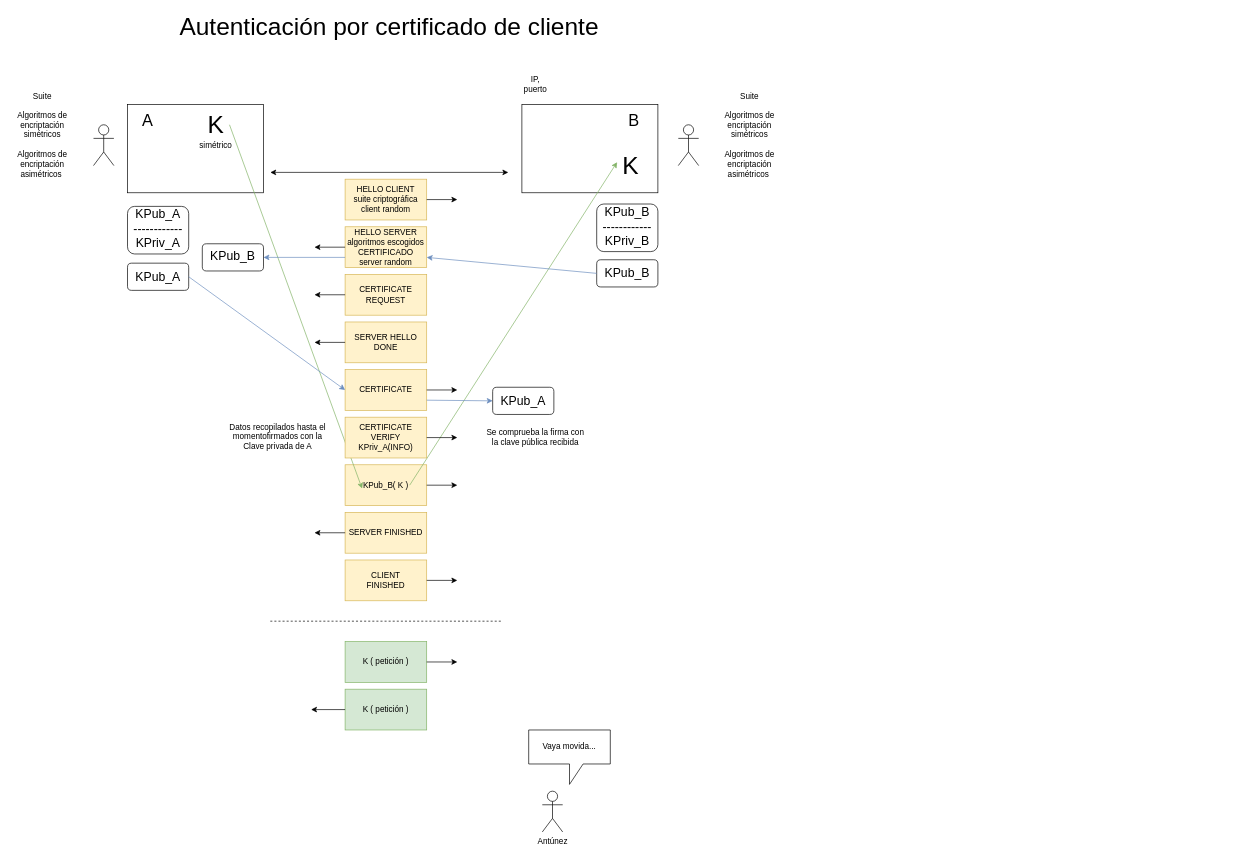
The draw.io diagram page "Página-26" (16 of 30) of seguridad.drawio in lrag/seguridad_java, before the edit. Source tidied: cells renumbered, new cells numbered last; positions are measured from the earlier drawing's top-left corner, leaving out a move shared by most shapes. Both pictures are drawn from the tidied source at 68%, with x=0, y=0 at pixel (12, 16).
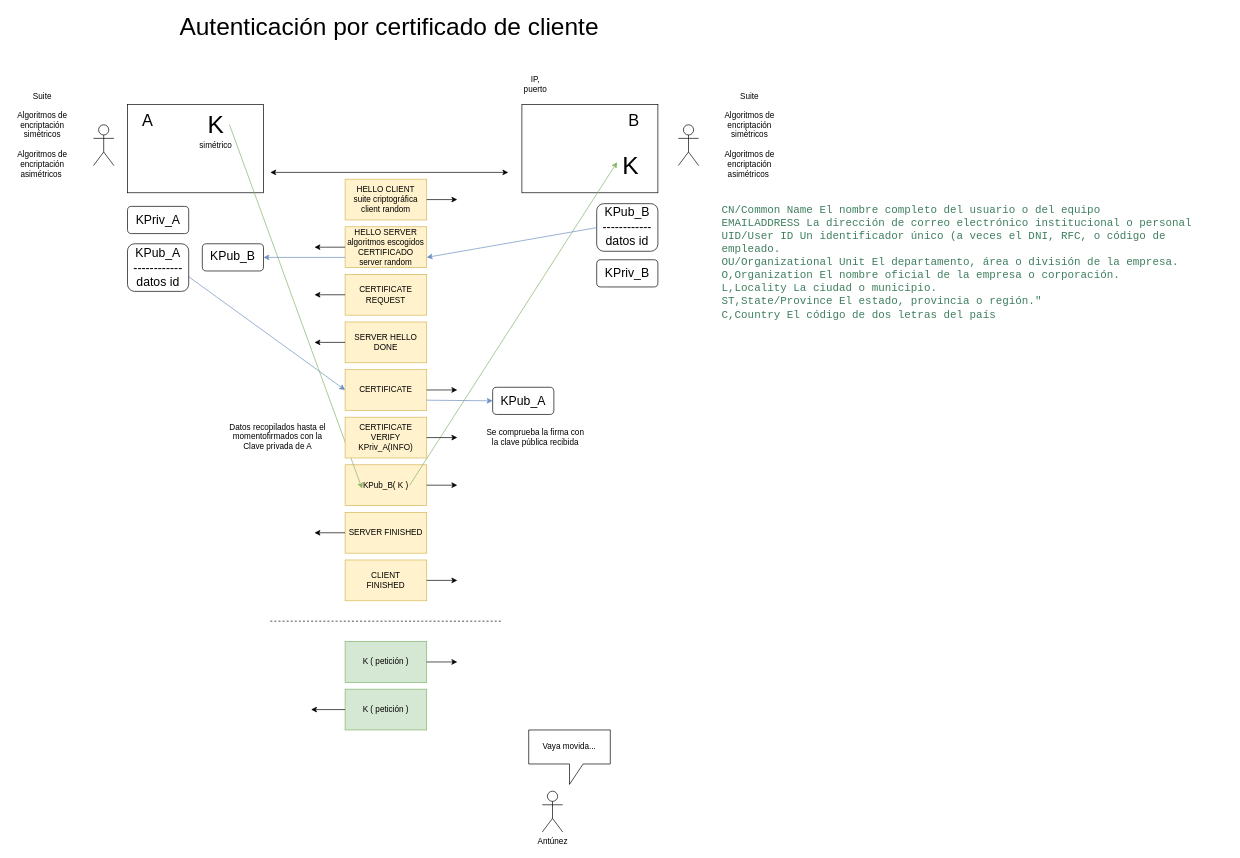
The same page after the edit.

The change refers to these unchanged cells:
```xml
<mxCell id="12" value="HELLO SERVER&lt;br&gt;algoritmos escogidos&lt;br&gt;CERTIFICADO&lt;br&gt;server random" style="rounded=0;whiteSpace=wrap;html=1;fillColor=#fff2cc;strokeColor=#d6b656;" parent="1" vertex="1">
  <mxGeometry x="490" y="310" width="120" height="60" as="geometry" />
</mxCell>
<mxCell id="26" style="rounded=1;whiteSpace=wrap;html=1;fillColor=none;" parent="1" vertex="1">
  <mxGeometry x="860" y="358.5" width="90" height="40" as="geometry" />
</mxCell>
<mxCell id="36" style="rounded=0;whiteSpace=wrap;html=1;fillColor=#fff2cc;strokeColor=#d6b656;" parent="1" vertex="1">
  <mxGeometry x="490" y="520" width="120" height="60" as="geometry" />
</mxCell>
```

Change to the diagram source:
```diff
@@
-    <mxCell id="2" style="rounded=1;whiteSpace=wrap;html=1;fillColor=none;" parent="1" vertex="1">
-      <mxGeometry x="170" y="280" width="90" height="70" as="geometry" />
-    </mxCell>
-    <mxCell id="3" style="rounded=1;whiteSpace=wrap;html=1;fillColor=none;" parent="1" vertex="1">
-      <mxGeometry x="170" y="363.5" width="90" height="40" as="geometry" />
-    </mxCell>
@@
-    <mxCell id="14" value="&lt;font style=&quot;font-size: 18px&quot;&gt;KPub_B&lt;br&gt;------------&lt;br&gt;KPriv_B&lt;/font&gt;" style="text;html=1;strokeColor=none;fillColor=none;align=center;verticalAlign=middle;whiteSpace=wrap;rounded=0;" parent="1" vertex="1">
-      <mxGeometry x="860" y="276.5" width="90" height="66" as="geometry" />
+    <mxCell id="14" value="&lt;font style=&quot;font-size: 18px&quot;&gt;KPub_B&lt;br&gt;------------&lt;br&gt;datos id&lt;br&gt;&lt;/font&gt;" style="text;html=1;strokeColor=none;fillColor=none;align=center;verticalAlign=middle;whiteSpace=wrap;rounded=0;" parent="1" vertex="1">
+      <mxGeometry x="860" y="280" width="90" height="62.5" as="geometry" />
     </mxCell>
@@
     <mxCell id="24" style="rounded=1;whiteSpace=wrap;html=1;fillColor=none;" parent="1" vertex="1">
-      <mxGeometry x="860" y="276.5" width="90" height="70" as="geometry" />
+      <mxGeometry x="860" y="276" width="90" height="70" as="geometry" />
     </mxCell>
-    <mxCell id="25" value="&lt;font style=&quot;font-size: 18px&quot;&gt;KPub_B&lt;br&gt;&lt;/font&gt;" style="text;html=1;strokeColor=none;fillColor=none;align=center;verticalAlign=middle;whiteSpace=wrap;rounded=0;" parent="1" vertex="1">
+    <mxCell id="25" value="&lt;font style=&quot;font-size: 18px&quot;&gt;KPriv_B&lt;br&gt;&lt;/font&gt;" style="text;html=1;strokeColor=none;fillColor=none;align=center;verticalAlign=middle;whiteSpace=wrap;rounded=0;" parent="1" vertex="1">
       <mxGeometry x="860" y="363.5" width="90" height="30" as="geometry" />
     </mxCell>
@@
-    <mxCell id="43" style="endArrow=classic;html=1;rounded=0;entryX=1;entryY=0.75;entryDx=0;entryDy=0;exitX=0;exitY=0.5;exitDx=0;exitDy=0;fillColor=#dae8fc;strokeColor=#6c8ebf;" parent="1" edge="1" source="26" target="12">
+    <mxCell id="43" style="endArrow=classic;html=1;rounded=0;entryX=1;entryY=0.75;entryDx=0;entryDy=0;exitX=0;exitY=0.5;exitDx=0;exitDy=0;fillColor=#dae8fc;strokeColor=#6c8ebf;" parent="1" edge="1" source="14" target="12">
       <mxGeometry relative="1" as="geometry" />
     </mxCell>
@@
-    <mxCell id="46" value="&lt;font style=&quot;font-size: 18px&quot;&gt;KPub_A&lt;br&gt;------------&lt;br&gt;KPriv_A&lt;/font&gt;" style="text;html=1;strokeColor=none;fillColor=none;align=center;verticalAlign=middle;whiteSpace=wrap;rounded=0;" parent="1" vertex="1">
-      <mxGeometry x="170" y="280" width="90" height="66" as="geometry" />
-    </mxCell>
-    <mxCell id="47" value="&lt;font style=&quot;font-size: 18px&quot;&gt;KPub_A&lt;br&gt;&lt;/font&gt;" style="text;html=1;strokeColor=none;fillColor=none;align=center;verticalAlign=middle;whiteSpace=wrap;rounded=0;" parent="1" vertex="1">
-      <mxGeometry x="170" y="368.5" width="90" height="30" as="geometry" />
-    </mxCell>
@@
-    <mxCell id="50" style="endArrow=classic;html=1;rounded=0;entryX=0;entryY=0.5;entryDx=0;entryDy=0;exitX=1;exitY=0.5;exitDx=0;exitDy=0;fillColor=#dae8fc;strokeColor=#6c8ebf;" parent="1" edge="1" source="47" target="36">
-      <mxGeometry relative="1" as="geometry" />
+    <mxCell id="50" style="endArrow=classic;html=1;rounded=0;entryX=0;entryY=0.5;entryDx=0;entryDy=0;exitX=1;exitY=0.5;exitDx=0;exitDy=0;fillColor=#dae8fc;strokeColor=#6c8ebf;" parent="1" edge="1" target="36">
+      <mxGeometry relative="1" as="geometry">
+        <mxPoint x="260" y="383.5" as="sourcePoint" />
+      </mxGeometry>
     </mxCell>
@@
+    <mxCell id="65" value="&lt;div style=&quot;background-color:#ffffff;padding:0px 0px 0px 2px;&quot;&gt;&lt;div style=&quot;color: rgb(0, 0, 0); background-color: rgb(255, 255, 255); font-family: Consolas; font-size: 12pt;&quot;&gt;&lt;p style=&quot;margin:0;&quot;&gt;&lt;span style=&quot;color:#3f7f5f;&quot;&gt;CN/Common Name&#9;&#9;&#9;El nombre completo del usuario o del equipo&#9;&#9;&#9;&#9;&#9;&lt;/span&gt;&lt;/p&gt;&lt;p style=&quot;margin:0;&quot;&gt;&lt;span style=&quot;color:#3f7f5f;&quot;&gt;EMAILADDRESS&#9;&#9;&#9;La dirección de correo electrónico institucional o personal&lt;/span&gt;&lt;/p&gt;&lt;p style=&quot;margin:0;&quot;&gt;&lt;span style=&quot;color:#3f7f5f;&quot;&gt;UID/User ID&#9;&#9;&#9;&#9;Un identificador único (a veces el DNI, RFC, o código de empleado.&lt;/span&gt;&lt;/p&gt;&lt;p style=&quot;margin:0;&quot;&gt;&lt;span style=&quot;color:#3f7f5f;&quot;&gt;OU/Organizational Unit&#9;El departamento, área o división de la empresa.&lt;/span&gt;&lt;/p&gt;&lt;p style=&quot;margin:0;&quot;&gt;&lt;span style=&quot;color:#3f7f5f;&quot;&gt;O,Organization&#9;&#9;&#9;El nombre oficial de la empresa o corporación.&lt;/span&gt;&lt;/p&gt;&lt;p style=&quot;margin:0;&quot;&gt;&lt;span style=&quot;color:#3f7f5f;&quot;&gt;L,Locality&#9;&#9;&#9;&#9;La ciudad o municipio.&lt;/span&gt;&lt;/p&gt;&lt;p style=&quot;margin:0;&quot;&gt;&lt;span style=&quot;color:#3f7f5f;&quot;&gt;ST,State/Province&#9;&#9;El estado, provincia o región.&quot;&lt;/span&gt;&lt;/p&gt;&lt;p style=&quot;margin:0;&quot;&gt;&lt;span style=&quot;color:#3f7f5f;&quot;&gt;C,Country&#9;&#9;&#9;&#9;El código de dos letras del país&lt;/span&gt;&lt;/p&gt;&lt;/div&gt;&lt;/div&gt;" style="text;whiteSpace=wrap;html=1;fontSize=12;" parent="1" vertex="1">
+      <mxGeometry x="1040" y="270" width="750" height="180" as="geometry" />
+    </mxCell>
+    <mxCell id="66" value="&lt;font style=&quot;font-size: 18px&quot;&gt;KPub_A&lt;br&gt;------------&lt;br&gt;datos id&lt;br&gt;&lt;/font&gt;" style="text;html=1;strokeColor=none;fillColor=none;align=center;verticalAlign=middle;whiteSpace=wrap;rounded=0;" parent="1" vertex="1">
+      <mxGeometry x="170" y="340.2" width="90" height="62.5" as="geometry" />
+    </mxCell>
+    <mxCell id="67" style="rounded=1;whiteSpace=wrap;html=1;fillColor=none;" parent="1" vertex="1">
+      <mxGeometry x="170" y="335" width="90" height="70" as="geometry" />
+    </mxCell>
+    <mxCell id="68" value="&lt;font style=&quot;font-size: 18px&quot;&gt;KPriv_A&lt;br&gt;&lt;/font&gt;" style="text;html=1;strokeColor=none;fillColor=none;align=center;verticalAlign=middle;whiteSpace=wrap;rounded=0;" parent="1" vertex="1">
+      <mxGeometry x="170" y="284.8" width="90" height="30" as="geometry" />
+    </mxCell>
+    <mxCell id="69" style="rounded=1;whiteSpace=wrap;html=1;fillColor=none;" parent="1" vertex="1">
+      <mxGeometry x="170" y="280" width="90" height="40" as="geometry" />
+    </mxCell>
```
